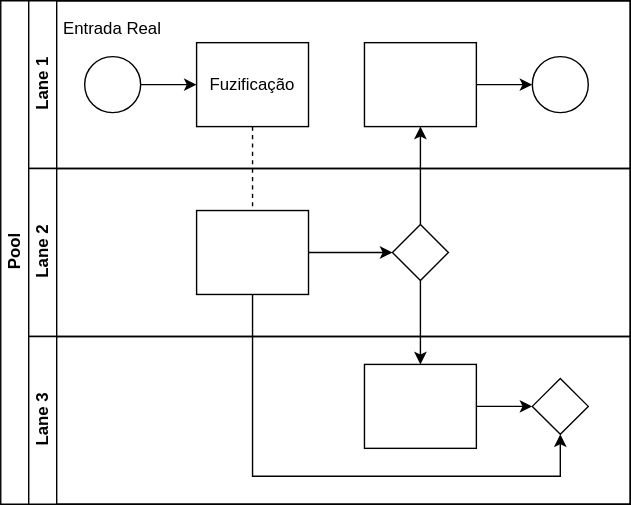
This is Untitled Diagram.svg from AllenHichard/machine-learning-image, a draw.io export, as it was before one commit. Source tidied: cells renumbered, new cells last; positions are measured from the earlier drawing's top-left corner, leaving out a move shared by most shapes.
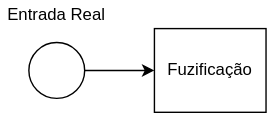
After the commit.

Change to the diagram source:
```diff
@@ -2,76 +2,20 @@
   <root>
     <mxCell id="0" />
     <mxCell id="1" parent="0" />
-    <mxCell id="2" value="Pool" style="swimlane;html=1;horizontal=0;startSize=20;" parent="1" vertex="1">
-      <mxGeometry width="450" height="360" as="geometry" />
-    </mxCell>
-    <mxCell id="3" style="edgeStyle=orthogonalEdgeStyle;rounded=0;jettySize=auto;html=1;dashed=1;endArrow=none;endFill=0;" parent="2" edge="1" source="10" target="18">
-      <mxGeometry relative="1" as="geometry" />
-    </mxCell>
-    <mxCell id="4" style="edgeStyle=orthogonalEdgeStyle;rounded=0;jettySize=auto;html=1;endArrow=classic;endFill=1;" parent="2" edge="1" source="19" target="12">
-      <mxGeometry relative="1" as="geometry" />
-    </mxCell>
-    <mxCell id="5" style="edgeStyle=orthogonalEdgeStyle;rounded=0;jettySize=auto;html=1;endArrow=classic;endFill=1;" parent="2" edge="1" source="19" target="22">
-      <mxGeometry relative="1" as="geometry" />
-    </mxCell>
-    <mxCell id="6" style="edgeStyle=orthogonalEdgeStyle;rounded=0;jettySize=auto;html=1;endArrow=classic;endFill=1;" parent="2" edge="1" source="18" target="23">
-      <mxGeometry relative="1" as="geometry">
-        <Array as="points">
-          <mxPoint x="180" y="340" />
-          <mxPoint x="400" y="340" />
-        </Array>
-      </mxGeometry>
-    </mxCell>
-    <mxCell id="7" value="Lane 1" style="swimlane;html=1;startSize=20;horizontal=0;" parent="2" vertex="1">
-      <mxGeometry x="20" width="430" height="120" as="geometry" />
-    </mxCell>
-    <mxCell id="8" style="edgeStyle=orthogonalEdgeStyle;rounded=0;jettySize=auto;html=1;" parent="7" edge="1" source="9" target="10">
+    <mxCell id="8" style="edgeStyle=orthogonalEdgeStyle;rounded=0;jettySize=auto;html=1;" parent="1" edge="1" source="9" target="10">
       <mxGeometry relative="1" as="geometry" />
     </mxCell>
-    <mxCell id="9" style="ellipse;whiteSpace=wrap;html=1;" parent="7" vertex="1">
-      <mxGeometry x="40" y="40" width="40" height="40" as="geometry" />
+    <mxCell id="9" style="ellipse;whiteSpace=wrap;html=1;" parent="1" vertex="1">
+      <mxGeometry x="-20" y="50" width="40" height="40" as="geometry" />
     </mxCell>
-    <mxCell id="10" style="rounded=0;whiteSpace=wrap;html=1;fontFamily=Helvetica;fontSize=12;fontColor=#000000;align=center;" parent="7" vertex="1">
-      <mxGeometry x="120" y="30" width="80" height="60" as="geometry" />
+    <mxCell id="10" style="rounded=0;whiteSpace=wrap;html=1;fontFamily=Helvetica;fontSize=12;fontColor=#000000;align=center;" parent="1" vertex="1">
+      <mxGeometry x="70" y="40" width="80" height="60" as="geometry" />
     </mxCell>
-    <mxCell id="11" style="edgeStyle=orthogonalEdgeStyle;rounded=0;jettySize=auto;html=1;endArrow=classic;endFill=1;" parent="7" edge="1" source="12" target="13">
-      <mxGeometry relative="1" as="geometry" />
-    </mxCell>
-    <mxCell id="12" style="rounded=0;whiteSpace=wrap;html=1;fontFamily=Helvetica;fontSize=12;fontColor=#000000;align=center;" parent="7" vertex="1">
-      <mxGeometry x="240" y="30" width="80" height="60" as="geometry" />
-    </mxCell>
-    <mxCell id="13" style="ellipse;whiteSpace=wrap;html=1;" parent="7" vertex="1">
-      <mxGeometry x="360" y="40" width="40" height="40" as="geometry" />
-    </mxCell>
+    <mxCell id="15" value="Fuzificação" style="text;html=1;strokeColor=none;fillColor=none;align=center;verticalAlign=middle;whiteSpace=wrap;rounded=0;" parent="1" vertex="1">
+      <mxGeometry x="90" y="60" width="40" height="20" as="geometry" />
+    </mxCell>
-    <mxCell id="14" value="Entrada Real" style="text;html=1;strokeColor=none;fillColor=none;align=center;verticalAlign=middle;whiteSpace=wrap;rounded=0;" parent="7" vertex="1">
-      <mxGeometry x="20" y="10" width="80" height="20" as="geometry" />
+    <mxCell id="14" value="Entrada Real" style="text;html=1;strokeColor=none;fillColor=none;align=center;verticalAlign=middle;whiteSpace=wrap;rounded=0;" parent="1" vertex="1">
+      <mxGeometry x="-40" y="20" width="80" height="20" as="geometry" />
     </mxCell>
-    <mxCell id="15" value="Fuzificação" style="text;html=1;strokeColor=none;fillColor=none;align=center;verticalAlign=middle;whiteSpace=wrap;rounded=0;" parent="7" vertex="1">
-      <mxGeometry x="140" y="50" width="40" height="20" as="geometry" />
-    </mxCell>
-    <mxCell id="16" value="Lane 2" style="swimlane;html=1;startSize=20;horizontal=0;" parent="2" vertex="1">
-      <mxGeometry x="20" y="120" width="430" height="120" as="geometry" />
-    </mxCell>
-    <mxCell id="17" style="edgeStyle=orthogonalEdgeStyle;rounded=0;jettySize=auto;html=1;endArrow=classic;endFill=1;" parent="16" edge="1" source="18" target="19">
-      <mxGeometry relative="1" as="geometry" />
-    </mxCell>
-    <mxCell id="18" style="rounded=0;whiteSpace=wrap;html=1;fontFamily=Helvetica;fontSize=12;fontColor=#000000;align=center;" parent="16" vertex="1">
-      <mxGeometry x="120" y="30" width="80" height="60" as="geometry" />
-    </mxCell>
-    <mxCell id="19" style="rhombus;whiteSpace=wrap;html=1;fontFamily=Helvetica;fontSize=12;fontColor=#000000;align=center;" parent="16" vertex="1">
-      <mxGeometry x="260" y="40" width="40" height="40" as="geometry" />
-    </mxCell>
-    <mxCell id="20" value="Lane 3" style="swimlane;html=1;startSize=20;horizontal=0;" parent="2" vertex="1">
-      <mxGeometry x="20" y="240" width="430" height="120" as="geometry" />
-    </mxCell>
-    <mxCell id="21" style="edgeStyle=orthogonalEdgeStyle;rounded=0;jettySize=auto;html=1;endArrow=classic;endFill=1;" parent="20" edge="1" source="22" target="23">
-      <mxGeometry relative="1" as="geometry" />
-    </mxCell>
-    <mxCell id="22" style="rounded=0;whiteSpace=wrap;html=1;fontFamily=Helvetica;fontSize=12;fontColor=#000000;align=center;" parent="20" vertex="1">
-      <mxGeometry x="240" y="20" width="80" height="60" as="geometry" />
-    </mxCell>
-    <mxCell id="23" style="rhombus;whiteSpace=wrap;html=1;fontFamily=Helvetica;fontSize=12;fontColor=#000000;align=center;" parent="20" vertex="1">
-      <mxGeometry x="360" y="30" width="40" height="40" as="geometry" />
-    </mxCell>
   </root>
 </mxGraphModel>
```
